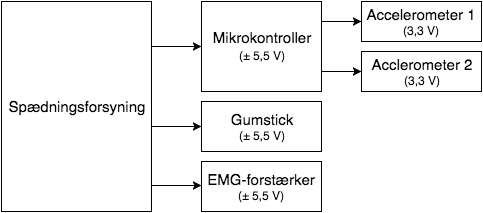
Earlier version of the draw.io export figures/samlet_spaending.png (mariakroustrup/ST4). Source tidied: cells renumbered, new cells last; positions are measured from the earlier drawing's top-left corner, leaving out a move shared by most shapes.
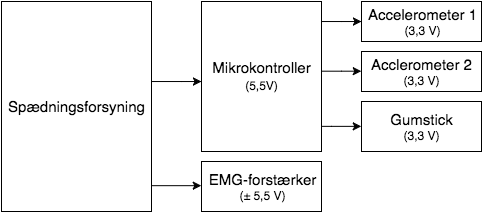
The same diagram one commit later.

The edit, as a diff of the source:
```diff
@@ -5,19 +5,11 @@
     <mxCell id="2" style="edgeStyle=orthogonalEdgeStyle;rounded=0;html=1;jettySize=auto;strokeColor=#000000;" parent="1" edge="1" source="5" target="8">
       <mxGeometry relative="1" as="geometry">
         <Array as="points">
-          <mxPoint x="180" y="45" />
-          <mxPoint x="180" y="45" />
+          <mxPoint x="180" y="80" />
+          <mxPoint x="180" y="80" />
         </Array>
       </mxGeometry>
     </mxCell>
-    <mxCell id="3" style="edgeStyle=orthogonalEdgeStyle;rounded=0;html=1;jettySize=auto;strokeColor=#000000;" parent="1" edge="1" source="5" target="9">
-      <mxGeometry relative="1" as="geometry">
-        <Array as="points">
-          <mxPoint x="170" y="125" />
-          <mxPoint x="170" y="125" />
-        </Array>
-      </mxGeometry>
-    </mxCell>
     <mxCell id="4" style="edgeStyle=orthogonalEdgeStyle;rounded=0;html=1;jettySize=auto;orthogonalLoop=1;strokeColor=#000000;" parent="1" edge="1">
       <mxGeometry relative="1" as="geometry">
         <mxPoint x="150" y="184.3" as="sourcePoint" />
@@ -46,11 +38,19 @@
         </Array>
       </mxGeometry>
     </mxCell>
+    <mxCell id="13" style="edgeStyle=orthogonalEdgeStyle;rounded=0;html=1;jettySize=auto;strokeColor=#000000;entryX=0;entryY=0.5;" parent="1" edge="1" source="8" target="9">
+      <mxGeometry relative="1" as="geometry">
+        <Array as="points">
+          <mxPoint x="330" y="125" />
+          <mxPoint x="330" y="125" />
+        </Array>
+      </mxGeometry>
+    </mxCell>
-    <mxCell id="8" value="&lt;font style=&quot;font-size: 15px&quot;&gt;Mikrokontroller&lt;/font&gt;&lt;div&gt;&lt;span style=&quot;line-height: 18px&quot;&gt;&lt;font style=&quot;font-size: 12px&quot;&gt;(&lt;/font&gt;&lt;/span&gt;&lt;span style=&quot;line-height: 18px&quot;&gt;± 5,5 V)&lt;/span&gt;&lt;/div&gt;" style="whiteSpace=wrap;html=1;labelBackgroundColor=none;strokeColor=#000000;fillColor=none;" parent="1" vertex="1">
-      <mxGeometry x="200" width="120" height="90" as="geometry" />
+    <mxCell id="8" value="&lt;font style=&quot;font-size: 15px&quot;&gt;Mikrokontroller&lt;/font&gt;&lt;div&gt;&lt;span style=&quot;line-height: 18px&quot;&gt;&lt;font style=&quot;font-size: 12px&quot;&gt;(5,5&lt;/font&gt;&lt;/span&gt;&lt;span style=&quot;line-height: 18px&quot;&gt;V)&lt;/span&gt;&lt;/div&gt;" style="whiteSpace=wrap;html=1;labelBackgroundColor=none;strokeColor=#000000;fillColor=none;" parent="1" vertex="1">
+      <mxGeometry x="200" width="120" height="150" as="geometry" />
     </mxCell>
-    <mxCell id="9" value="&lt;font style=&quot;font-size: 15px&quot;&gt;Gumstick&lt;/font&gt;&lt;div&gt;&lt;font&gt;&lt;font&gt;(&lt;/font&gt;&lt;/font&gt;&lt;span&gt;±&amp;nbsp;&lt;/span&gt;&lt;span&gt;5,5 V)&lt;/span&gt;&lt;/div&gt;" style="whiteSpace=wrap;html=1;labelBackgroundColor=none;strokeColor=#000000;fillColor=none;strokeWidth=1;" parent="1" vertex="1">
-      <mxGeometry x="200" y="100" width="120" height="50" as="geometry" />
+    <mxCell id="9" value="&lt;font style=&quot;font-size: 15px&quot;&gt;Gumstick&lt;/font&gt;&lt;div&gt;&lt;font&gt;&lt;font&gt;(&lt;/font&gt;&lt;/font&gt;&lt;span&gt;3,3&lt;/span&gt;&lt;span&gt;&amp;nbsp;V)&lt;/span&gt;&lt;/div&gt;" style="whiteSpace=wrap;html=1;labelBackgroundColor=none;strokeColor=#000000;fillColor=none;strokeWidth=1;" parent="1" vertex="1">
+      <mxGeometry x="360" y="100" width="120" height="50" as="geometry" />
     </mxCell>
     <mxCell id="10" value="&lt;font style=&quot;font-size: 15px&quot;&gt;EMG-forstærker&lt;/font&gt;&lt;div&gt;&lt;font&gt;(&lt;/font&gt;&lt;span&gt;±&lt;/span&gt;&lt;span&gt;&amp;nbsp;5,5 V)&lt;/span&gt;&lt;/div&gt;" style="whiteSpace=wrap;html=1;labelBackgroundColor=none;strokeColor=#000000;fillColor=none;strokeWidth=1;" parent="1" vertex="1">
       <mxGeometry x="200" y="160" width="120" height="50" as="geometry" />
```
